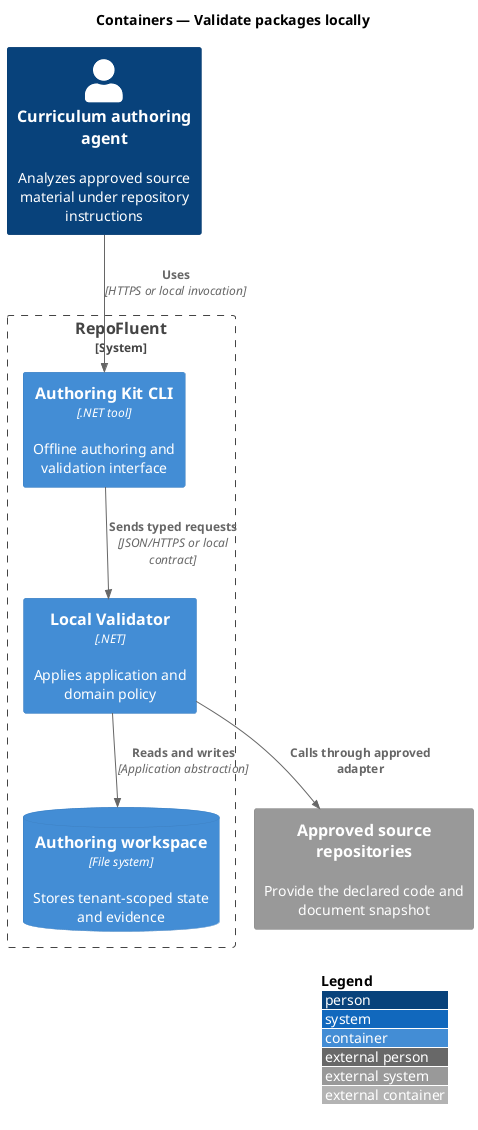
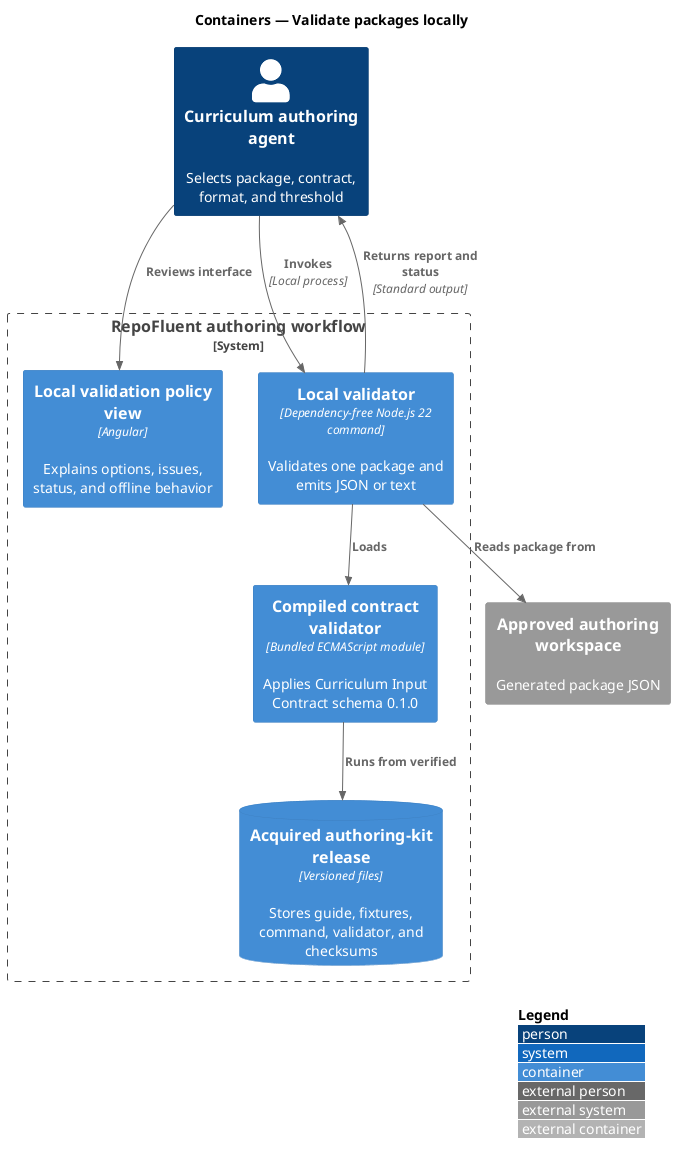
@startuml
!include <C4/C4_Container>
LAYOUT_WITH_LEGEND()
title Containers — Validate packages locally

- Person(actor, "Curriculum authoring agent", "Analyzes approved source material under repository instructions")
- System_Boundary(repofluent, "RepoFluent") {
-   Container(entry, "Authoring Kit CLI", ".NET tool", "Offline authoring and validation interface")
-   Container(api, "Local Validator", ".NET", "Applies application and domain policy")
-   ContainerDb(store, "Authoring workspace", "File system", "Stores tenant-scoped state and evidence")
+ Person(agent, "Curriculum authoring agent", "Selects package, contract, format, and threshold")
+ System_Boundary(repofluent, "RepoFluent authoring workflow") {
+   Container(policyView, "Local validation policy view", "Angular", "Explains options, issues, status, and offline behavior")
+   Container(command, "Local validator", "Dependency-free Node.js 22 command", "Validates one package and emits JSON or text")
+   Container(validator, "Compiled contract validator", "Bundled ECMAScript module", "Applies Curriculum Input Contract schema 0.1.0")
+   ContainerDb(release, "Acquired authoring-kit release", "Versioned files", "Stores guide, fixtures, command, validator, and checksums")
}
- System_Ext(dependency, "Approved source repositories", "Provide the declared code and document snapshot")
+ System_Ext(workspace, "Approved authoring workspace", "Generated package JSON")

- Rel(actor, entry, "Uses", "HTTPS or local invocation")
- Rel(entry, api, "Sends typed requests", "JSON/HTTPS or local contract")
- Rel(api, store, "Reads and writes", "Application abstraction")
- Rel(api, dependency, "Calls through approved adapter")
+ Rel(agent, policyView, "Reviews interface")
+ Rel(agent, command, "Invokes", "Local process")
+ Rel(command, workspace, "Reads package from")
+ Rel(command, validator, "Loads")
+ Rel(validator, release, "Runs from verified")
+ Rel(command, agent, "Returns report and status", "Standard output")
@enduml
